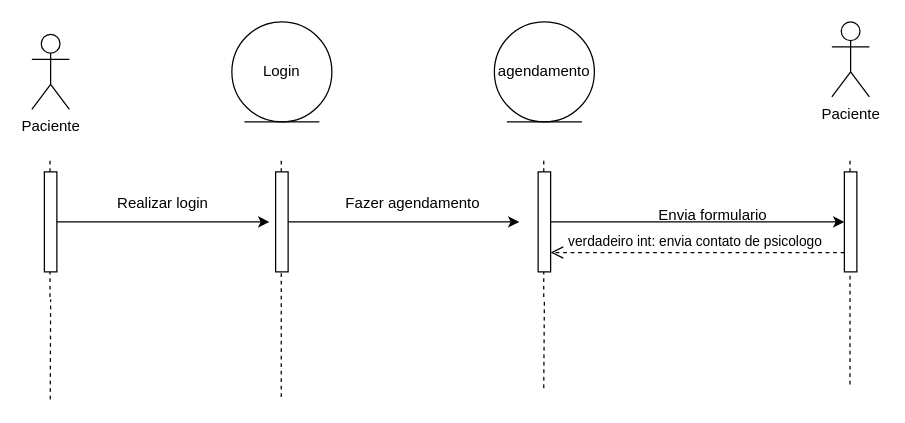
This is agendamento_dds.drawio from Patadaoikkk/uml, a draw.io file, before an edit. Source tidied: cells renumbered, new cells numbered last; positions are measured from the earlier drawing's top-left corner, leaving out a move shared by most shapes. Both pictures are drawn from the tidied source at 125%, with x=0, y=0 at pixel (31, 21).
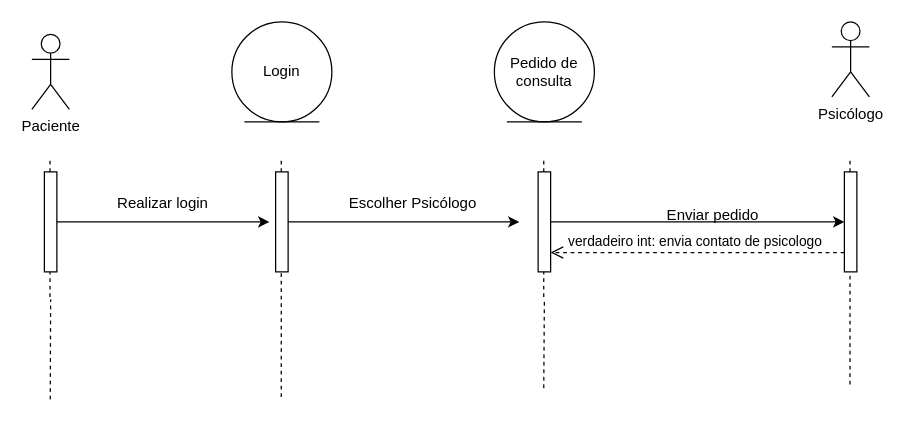
The same diagram, later.

The edit, as a diff of the source:
```diff
@@
-    <mxCell id="6" value="agendamento" style="ellipse;shape=umlEntity;whiteSpace=wrap;html=1;" parent="1" vertex="1">
+    <mxCell id="6" value="Pedido de consulta" style="ellipse;shape=umlEntity;whiteSpace=wrap;html=1;" parent="1" vertex="1">
       <mxGeometry x="370" width="80" height="80" as="geometry" />
     </mxCell>
@@
-    <mxCell id="17" value="Fazer agendamento" style="text;html=1;align=center;verticalAlign=middle;whiteSpace=wrap;rounded=0;" parent="1" vertex="1">
+    <mxCell id="17" value="Escolher Psicólogo" style="text;html=1;align=center;verticalAlign=middle;whiteSpace=wrap;rounded=0;" parent="1" vertex="1">
       <mxGeometry x="230" y="130" width="150" height="30" as="geometry" />
     </mxCell>
@@
-    <mxCell id="21" value="Paciente" style="shape=umlActor;verticalLabelPosition=bottom;verticalAlign=top;html=1;" parent="1" vertex="1">
+    <mxCell id="21" value="Psicólogo" style="shape=umlActor;verticalLabelPosition=bottom;verticalAlign=top;html=1;" parent="1" vertex="1">
       <mxGeometry x="640" width="30" height="60" as="geometry" />
     </mxCell>
@@
-    <mxCell id="26" value="Envia formulario" style="text;html=1;align=center;verticalAlign=middle;whiteSpace=wrap;rounded=0;" parent="1" vertex="1">
+    <mxCell id="26" value="Enviar pedido" style="text;html=1;align=center;verticalAlign=middle;whiteSpace=wrap;rounded=0;" parent="1" vertex="1">
       <mxGeometry x="490" y="140" width="110" height="30" as="geometry" />
     </mxCell>
```
